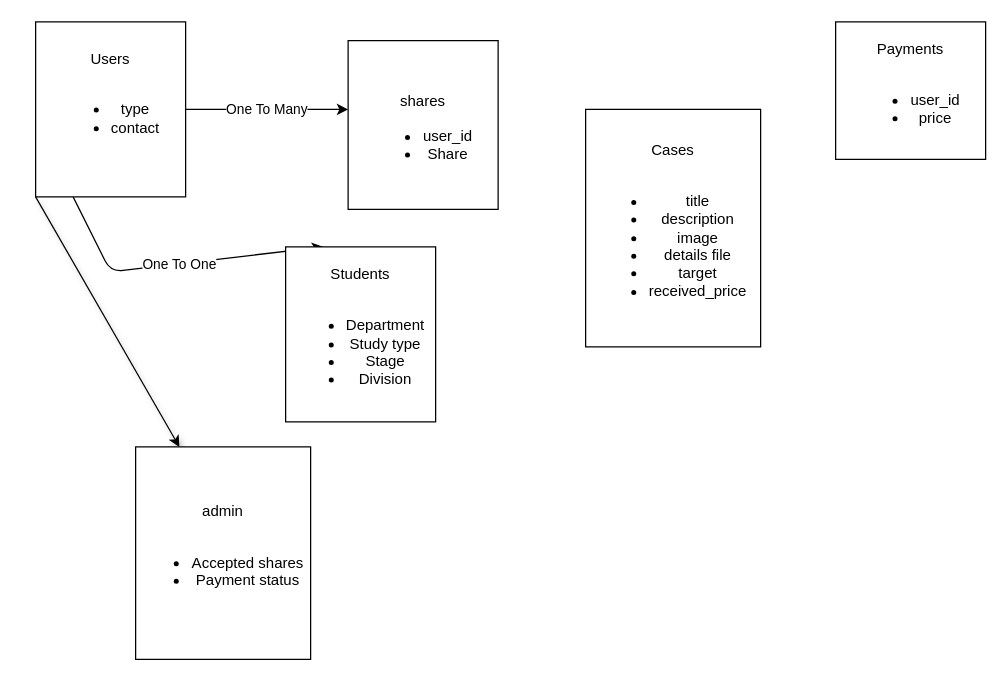
Before: db_draw/main.drawio in Gruce/abdulkareem-for-charity, a draw.io diagram. Source tidied: cells renumbered, new cells numbered last; positions are measured from the earlier drawing's top-left corner, leaving out a move shared by most shapes. Both pictures are drawn from the tidied source at 125%, with x=0, y=0 at pixel (35, 21).
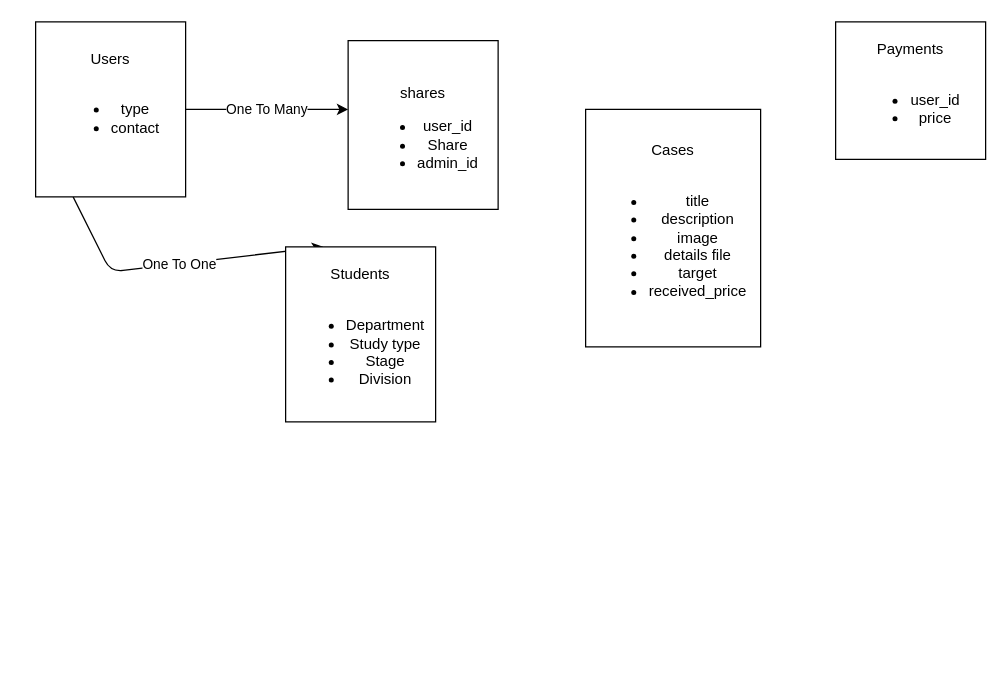
Above is the later version.

The edit, as a diff of the source:
```diff
@@
 <mxGraphModel>
   <root>
     <mxCell id="0" />
     <mxCell id="1" parent="0" />
     <mxCell id="2" value="One To Many" style="edgeStyle=none;html=1;exitX=1;exitY=0.5;exitDx=0;exitDy=0;" parent="1" edge="1" source="6">
       <mxGeometry relative="1" as="geometry">
         <mxPoint x="250" y="70" as="targetPoint" />
       </mxGeometry>
     </mxCell>
     <mxCell id="3" style="edgeStyle=none;html=1;exitX=0.25;exitY=1;exitDx=0;exitDy=0;entryX=0.25;entryY=0;entryDx=0;entryDy=0;" parent="1" edge="1" source="6" target="7">
       <mxGeometry relative="1" as="geometry">
         <Array as="points">
           <mxPoint x="60" y="200" />
         </Array>
       </mxGeometry>
     </mxCell>
     <mxCell id="4" value="One To One" style="edgeLabel;html=1;align=center;verticalAlign=middle;" parent="3" vertex="1">
       <mxGeometry x="0.02" relative="1" as="geometry" />
     </mxCell>
-    <mxCell id="5" style="edgeStyle=none;html=1;exitX=0;exitY=1;exitDx=0;exitDy=0;shadow=1;entryX=0.25;entryY=0;entryDx=0;entryDy=0;" parent="1" edge="1" source="6" target="11">
-      <mxGeometry relative="1" as="geometry" />
-    </mxCell>
     <mxCell id="6" value="Users&lt;br&gt;&lt;br&gt;&lt;ul&gt;&lt;li&gt;type&lt;/li&gt;&lt;li&gt;contact&lt;/li&gt;&lt;span&gt;&amp;nbsp;&lt;/span&gt;&lt;/ul&gt;" style="whiteSpace=wrap;html=1;" parent="1" vertex="1">
       <mxGeometry width="120" height="140" as="geometry" />
     </mxCell>
     <mxCell id="7" value="Students&lt;br&gt;&lt;br&gt;&lt;ul&gt;&lt;li&gt;Department&lt;/li&gt;&lt;li&gt;Study type&lt;br&gt;&lt;/li&gt;&lt;li&gt;Stage&lt;/li&gt;&lt;li&gt;Division&lt;/li&gt;&lt;/ul&gt;" style="whiteSpace=wrap;html=1;" parent="1" vertex="1">
       <mxGeometry x="200" y="180" width="120" height="140" as="geometry" />
     </mxCell>
     <mxCell id="8" value="Cases&lt;br&gt;&lt;br&gt;&lt;ul&gt;&lt;li&gt;title&lt;/li&gt;&lt;li&gt;description&lt;/li&gt;&lt;li&gt;image&lt;/li&gt;&lt;li&gt;details file&lt;/li&gt;&lt;li&gt;target&lt;/li&gt;&lt;li&gt;received_price&lt;/li&gt;&lt;/ul&gt;" style="whiteSpace=wrap;html=1;" parent="1" vertex="1">
       <mxGeometry x="440" y="70" width="140" height="190" as="geometry" />
     </mxCell>
     <mxCell id="9" value="Payments&lt;br&gt;&lt;br&gt;&lt;ul&gt;&lt;li&gt;user_id&lt;/li&gt;&lt;li&gt;price&lt;/li&gt;&lt;/ul&gt;" style="whiteSpace=wrap;html=1;" parent="1" vertex="1">
       <mxGeometry x="640" width="120" height="110" as="geometry" />
     </mxCell>
-    <mxCell id="10" value="&lt;font face=&quot;monospace&quot;&gt;&lt;font color=&quot;rgba(0, 0, 0, 0)&quot;&gt;&lt;span style=&quot;font-size: 0px&quot;&gt;shares%3CmxGraphModel%3E%3Croot%3E%3CmxCell%20id%3D%220%22%2F%3E%3CmxCell%20id%3D%221%22%20parent%3D%220%22%2F%3E%3CmxCell%20id%3D%222%22%20value%3D%22Payments%26lt%3Bbr%26gt%3B%26lt%3Bbr%26gt%3B%26lt%3Bul%26gt%3B%26lt%3Bli%26gt%3Buser_id%26lt%3B%2Fli%26gt%3B%26lt%3Bli%26gt%3Bprice%26lt%3B%2Fli%26gt%3B%26lt%3B%2Ful%26gt%3B%22%20style%3D%22whiteSpace%3Dwrap%3Bhtml%3D1%3B%22%20vertex%3D%221%22%20parent%3D%221%22%3E%3CmxGeometry%20x%3D%22700%22%20y%3D%2225%22%20width%3D%22120%22%20height%3D%22110%22%20as%3D%22geometry%22%2F%3E%3C%2FmxCell%3E%3C%2Froot%3E%3C%2FmxGraphModel%3E&lt;/span&gt;&lt;/font&gt;&lt;font color=&quot;#ba0000&quot;&gt;&lt;span style=&quot;font-size: 0px&quot;&gt;shares&lt;/span&gt;&lt;/font&gt;&lt;br&gt;&lt;/font&gt;&lt;font color=&quot;rgba(0, 0, 0, 0)&quot; face=&quot;monospace&quot;&gt;&lt;span style=&quot;font-size: 0px&quot;&gt;shares%3CmxGraphModel%3E%3Croot%3E%3CmxCell%20id%3D%220%22%2F%3E%3CmxCell%20id%3D%221%22%20parent%3D%220%22%2F%3E%3CmxCell%20id%3D%222%22%20value%3D%22Payments%26lt%3Bbr%26gt%3B%26lt%3Bbr%26gt%3B%26lt%3Bul%26gt%3B%26lt%3Bli%26gt%3Buser_id%26lt%3B%2Fli%26gt%3B%26lt%3Bli%26gt%3Bprice%26lt%3B%2Fli%26gt%3B%26lt%3B%2Ful%26gt%3B%22%20style%3D%22whiteSpace%3Dwrap%3Bhtml%3D1%3B%22%20vertex%3D%221%22%20parent%3D%221%22%3E%3CmxGeometry%20x%3D%22700%22%20y%3D%2225%22%20width%3D%22120%22%20height%3D%22110%22%20as%3D%22geometry%22%2F%3E%3C%2FmxCell%3E%3C%2Froot%3E%3C%2FmxGraphModel%3E&lt;/span&gt;&lt;/font&gt;&lt;font color=&quot;#ba0000&quot; face=&quot;monospace&quot;&gt;&lt;span style=&quot;font-size: 0px&quot;&gt;shares&lt;/span&gt;&lt;/font&gt;&lt;span&gt;shares&lt;/span&gt;&lt;font color=&quot;#ba0000&quot; face=&quot;monospace&quot;&gt;&lt;span style=&quot;font-size: 0px&quot;&gt;&lt;br&gt;&lt;/span&gt;&lt;/font&gt;&lt;ul&gt;&lt;li&gt;user_id&lt;/li&gt;&lt;li&gt;Share&lt;/li&gt;&lt;/ul&gt;" style="whiteSpace=wrap;html=1;" parent="1" vertex="1">
+    <mxCell id="10" value="&lt;font face=&quot;monospace&quot;&gt;&lt;font color=&quot;rgba(0, 0, 0, 0)&quot;&gt;&lt;span style=&quot;font-size: 0px&quot;&gt;shares%3CmxGraphModel%3E%3Croot%3E%3CmxCell%20id%3D%220%22%2F%3E%3CmxCell%20id%3D%221%22%20parent%3D%220%22%2F%3E%3CmxCell%20id%3D%222%22%20value%3D%22Payments%26lt%3Bbr%26gt%3B%26lt%3Bbr%26gt%3B%26lt%3Bul%26gt%3B%26lt%3Bli%26gt%3Buser_id%26lt%3B%2Fli%26gt%3B%26lt%3Bli%26gt%3Bprice%26lt%3B%2Fli%26gt%3B%26lt%3B%2Ful%26gt%3B%22%20style%3D%22whiteSpace%3Dwrap%3Bhtml%3D1%3B%22%20vertex%3D%221%22%20parent%3D%221%22%3E%3CmxGeometry%20x%3D%22700%22%20y%3D%2225%22%20width%3D%22120%22%20height%3D%22110%22%20as%3D%22geometry%22%2F%3E%3C%2FmxCell%3E%3C%2Froot%3E%3C%2FmxGraphModel%3E&lt;/span&gt;&lt;/font&gt;&lt;font color=&quot;#ba0000&quot;&gt;&lt;span style=&quot;font-size: 0px&quot;&gt;shares&lt;/span&gt;&lt;/font&gt;&lt;br&gt;&lt;/font&gt;&lt;font color=&quot;rgba(0, 0, 0, 0)&quot; face=&quot;monospace&quot;&gt;&lt;span style=&quot;font-size: 0px&quot;&gt;shares%3CmxGraphModel%3E%3Croot%3E%3CmxCell%20id%3D%220%22%2F%3E%3CmxCell%20id%3D%221%22%20parent%3D%220%22%2F%3E%3CmxCell%20id%3D%222%22%20value%3D%22Payments%26lt%3Bbr%26gt%3B%26lt%3Bbr%26gt%3B%26lt%3Bul%26gt%3B%26lt%3Bli%26gt%3Buser_id%26lt%3B%2Fli%26gt%3B%26lt%3Bli%26gt%3Bprice%26lt%3B%2Fli%26gt%3B%26lt%3B%2Ful%26gt%3B%22%20style%3D%22whiteSpace%3Dwrap%3Bhtml%3D1%3B%22%20vertex%3D%221%22%20parent%3D%221%22%3E%3CmxGeometry%20x%3D%22700%22%20y%3D%2225%22%20width%3D%22120%22%20height%3D%22110%22%20as%3D%22geometry%22%2F%3E%3C%2FmxCell%3E%3C%2Froot%3E%3C%2FmxGraphModel%3E&lt;/span&gt;&lt;/font&gt;&lt;font color=&quot;#ba0000&quot; face=&quot;monospace&quot;&gt;&lt;span style=&quot;font-size: 0px&quot;&gt;shares&lt;/span&gt;&lt;/font&gt;&lt;span&gt;shares&lt;/span&gt;&lt;font color=&quot;#ba0000&quot; face=&quot;monospace&quot;&gt;&lt;span style=&quot;font-size: 0px&quot;&gt;&lt;br&gt;&lt;/span&gt;&lt;/font&gt;&lt;ul&gt;&lt;li&gt;user_id&lt;/li&gt;&lt;li&gt;Share&lt;/li&gt;&lt;li&gt;admin_id&lt;/li&gt;&lt;/ul&gt;" style="whiteSpace=wrap;html=1;" parent="1" vertex="1">
       <mxGeometry x="250" y="15" width="120" height="135" as="geometry" />
     </mxCell>
-    <mxCell id="11" value="admin&lt;br&gt;&lt;br&gt;&lt;ul&gt;&lt;li&gt;Accepted shares&lt;br&gt;&lt;/li&gt;&lt;li&gt;Payment status&lt;br&gt;&lt;/li&gt;&lt;/ul&gt;" style="whiteSpace=wrap;html=1;" parent="1" vertex="1">
-      <mxGeometry x="80" y="340" width="140" height="170" as="geometry" />
-    </mxCell>
   </root>
 </mxGraphModel>
```
